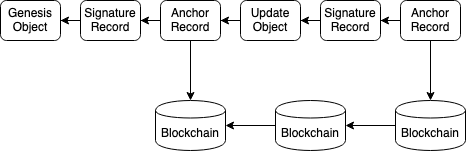
Above: images/document-datastructure.png in ceramicnetwork/specs (draw.io), before the change. Source tidied: cells renumbered, new cells last; positions are measured from the earlier drawing's top-left corner, leaving out a move shared by most shapes.
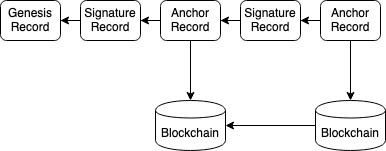
The same file after the commit.

Diff of the diagram source:
```diff
@@ -2,7 +2,7 @@
   <root>
     <mxCell id="0" />
     <mxCell id="1" parent="0" />
-    <mxCell id="2" style="edgeStyle=orthogonalEdgeStyle;rounded=0;jettySize=auto;html=1;entryX=1;entryY=0.5;entryDx=0;entryDy=0;" parent="1" edge="1" source="3" target="14">
+    <mxCell id="2" style="edgeStyle=orthogonalEdgeStyle;rounded=0;jettySize=auto;html=1;entryX=1;entryY=0.5;entryDx=0;entryDy=0;" parent="1" edge="1" source="3" target="12">
       <mxGeometry relative="1" as="geometry" />
     </mxCell>
     <mxCell id="3" value="Signature Record" style="rounded=1;whiteSpace=wrap;html=1;" parent="1" vertex="1">
@@ -11,50 +11,38 @@
     <mxCell id="4" style="edgeStyle=orthogonalEdgeStyle;rounded=0;jettySize=auto;html=1;entryX=1;entryY=0.5;entryDx=0;entryDy=0;" parent="1" edge="1" source="6" target="3">
       <mxGeometry relative="1" as="geometry" />
     </mxCell>
-    <mxCell id="5" style="edgeStyle=orthogonalEdgeStyle;rounded=0;jettySize=auto;html=1;entryX=0.5;entryY=0;entryDx=0;entryDy=0;exitX=0.5;exitY=1;exitDx=0;exitDy=0;" parent="1" edge="1" source="6" target="15">
+    <mxCell id="5" style="edgeStyle=orthogonalEdgeStyle;rounded=0;jettySize=auto;html=1;entryX=0.5;entryY=0;entryDx=0;entryDy=0;exitX=0.5;exitY=1;exitDx=0;exitDy=0;" parent="1" edge="1" source="6" target="13">
       <mxGeometry relative="1" as="geometry" />
     </mxCell>
     <mxCell id="6" value="Anchor Record" style="rounded=1;whiteSpace=wrap;html=1;" parent="1" vertex="1">
       <mxGeometry x="160" width="60" height="40" as="geometry" />
     </mxCell>
-    <mxCell id="7" style="edgeStyle=orthogonalEdgeStyle;rounded=0;jettySize=auto;html=1;entryX=1;entryY=0.5;entryDx=0;entryDy=0;" parent="1" edge="1" source="8" target="13">
+    <mxCell id="7" style="edgeStyle=orthogonalEdgeStyle;rounded=0;jettySize=auto;html=1;entryX=1;entryY=0.5;entryDx=0;entryDy=0;" parent="1" edge="1" source="8" target="6">
       <mxGeometry relative="1" as="geometry" />
     </mxCell>
     <mxCell id="8" value="Signature Record" style="rounded=1;whiteSpace=wrap;html=1;" parent="1" vertex="1">
-      <mxGeometry x="320" width="60" height="40" as="geometry" />
+      <mxGeometry x="240" width="60" height="40" as="geometry" />
     </mxCell>
     <mxCell id="9" style="edgeStyle=orthogonalEdgeStyle;rounded=0;jettySize=auto;html=1;entryX=1;entryY=0.5;entryDx=0;entryDy=0;" parent="1" edge="1" source="11" target="8">
       <mxGeometry relative="1" as="geometry" />
     </mxCell>
-    <mxCell id="10" style="edgeStyle=orthogonalEdgeStyle;rounded=0;jettySize=auto;html=1;entryX=0.5;entryY=0;entryDx=0;entryDy=0;" parent="1" edge="1" source="11" target="19">
+    <mxCell id="10" style="edgeStyle=orthogonalEdgeStyle;rounded=0;jettySize=auto;html=1;entryX=0.5;entryY=0;entryDx=0;entryDy=0;" parent="1" edge="1" source="11" target="15">
       <mxGeometry relative="1" as="geometry" />
     </mxCell>
     <mxCell id="11" value="Anchor Record" style="rounded=1;whiteSpace=wrap;html=1;" parent="1" vertex="1">
-      <mxGeometry x="400" width="60" height="40" as="geometry" />
+      <mxGeometry x="320" width="60" height="40" as="geometry" />
     </mxCell>
-    <mxCell id="12" style="edgeStyle=orthogonalEdgeStyle;rounded=0;jettySize=auto;html=1;entryX=1;entryY=0.5;entryDx=0;entryDy=0;" parent="1" edge="1" source="13" target="6">
-      <mxGeometry relative="1" as="geometry" />
+    <mxCell id="12" value="Genesis Record" style="rounded=1;whiteSpace=wrap;html=1;" parent="1" vertex="1">
+      <mxGeometry width="60" height="40" as="geometry" />
     </mxCell>
-    <mxCell id="13" value="Update&lt;br&gt; Object" style="rounded=1;whiteSpace=wrap;html=1;" parent="1" vertex="1">
-      <mxGeometry x="240" width="60" height="40" as="geometry" />
+    <mxCell id="13" value="Blockchain" style="shape=cylinder;whiteSpace=wrap;html=1;boundedLbl=1;backgroundOutline=1;" parent="1" vertex="1">
+      <mxGeometry x="155" y="100" width="70" height="50" as="geometry" />
     </mxCell>
-    <mxCell id="14" value="Genesis Object" style="rounded=1;whiteSpace=wrap;html=1;" parent="1" vertex="1">
-      <mxGeometry width="60" height="40" as="geometry" />
+    <mxCell id="14" style="edgeStyle=orthogonalEdgeStyle;rounded=0;jettySize=auto;html=1;exitX=0;exitY=0.5;exitDx=0;exitDy=0;entryX=1;entryY=0.5;entryDx=0;entryDy=0;" parent="1" edge="1" source="15" target="13">
+      <mxGeometry relative="1" as="geometry" />
     </mxCell>
     <mxCell id="15" value="Blockchain" style="shape=cylinder;whiteSpace=wrap;html=1;boundedLbl=1;backgroundOutline=1;" parent="1" vertex="1">
-      <mxGeometry x="155" y="100" width="70" height="50" as="geometry" />
+      <mxGeometry x="315" y="100" width="70" height="50" as="geometry" />
     </mxCell>
-    <mxCell id="16" style="edgeStyle=orthogonalEdgeStyle;rounded=0;jettySize=auto;html=1;exitX=0;exitY=0.5;exitDx=0;exitDy=0;" parent="1" edge="1" source="17" target="15">
-      <mxGeometry relative="1" as="geometry" />
-    </mxCell>
-    <mxCell id="17" value="Blockchain" style="shape=cylinder;whiteSpace=wrap;html=1;boundedLbl=1;backgroundOutline=1;" parent="1" vertex="1">
-      <mxGeometry x="275" y="100" width="70" height="50" as="geometry" />
-    </mxCell>
-    <mxCell id="18" style="edgeStyle=orthogonalEdgeStyle;rounded=0;jettySize=auto;html=1;exitX=0;exitY=0.5;exitDx=0;exitDy=0;entryX=1;entryY=0.5;entryDx=0;entryDy=0;" parent="1" edge="1" source="19" target="17">
-      <mxGeometry relative="1" as="geometry" />
-    </mxCell>
-    <mxCell id="19" value="Blockchain" style="shape=cylinder;whiteSpace=wrap;html=1;boundedLbl=1;backgroundOutline=1;" parent="1" vertex="1">
-      <mxGeometry x="395" y="100" width="70" height="50" as="geometry" />
-    </mxCell>
   </root>
 </mxGraphModel>
```
